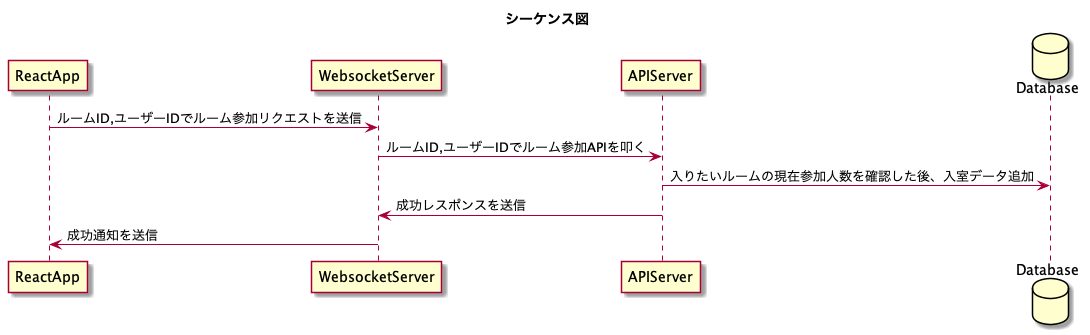
Before: out/websocket/ルーム参加/シーケンス図.png, a diagram exported from PlantUML (taniwhy/mochi-match-rest).
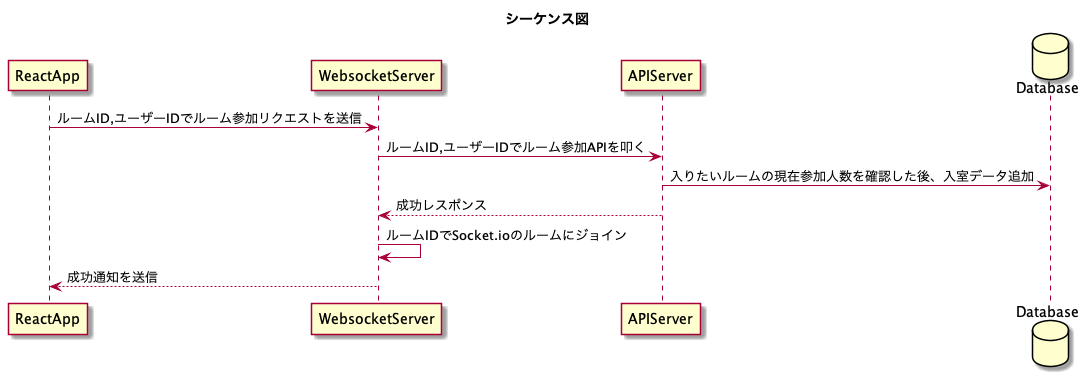
After the commit.

Diff of the diagram source:
```diff
@@ -10,8 +10,9 @@
 ReactApp -> WebsocketServer : ルームID,ユーザーIDでルーム参加リクエストを送信
 WebsocketServer -> APIServer : ルームID,ユーザーIDでルーム参加APIを叩く
 APIServer -> Database : 入りたいルームの現在参加人数を確認した後、入室データ追加
-APIServer -> WebsocketServer : 成功レスポンスを送信
-WebsocketServer -> ReactApp : 成功通知を送信
+APIServer --> WebsocketServer : 成功レスポンス
+WebsocketServer -> WebsocketServer : ルームIDでSocket.ioのルームにジョイン
+WebsocketServer --> ReactApp : 成功通知を送信
 
 
 @enduml
```
